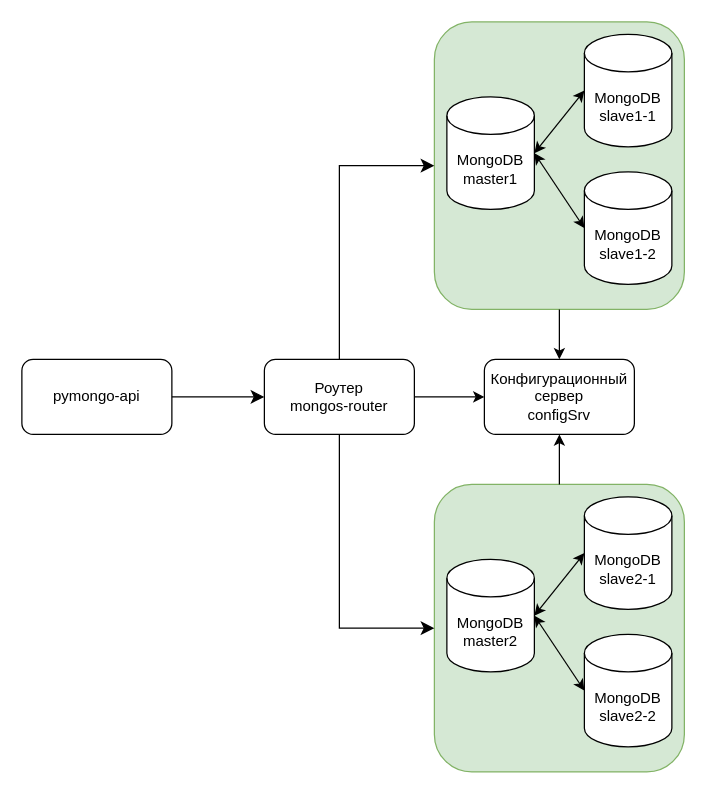
The draw.io diagram page "2.replica" (3 of 4) of solution.drawio in dftyni/architecture-mesto, before the edit. Source tidied: cells renumbered, new cells numbered last; positions are measured from the earlier drawing's top-left corner, leaving out a move shared by most shapes. Both pictures are drawn from the tidied source at 125%, with x=0, y=0 at pixel (21, 21).
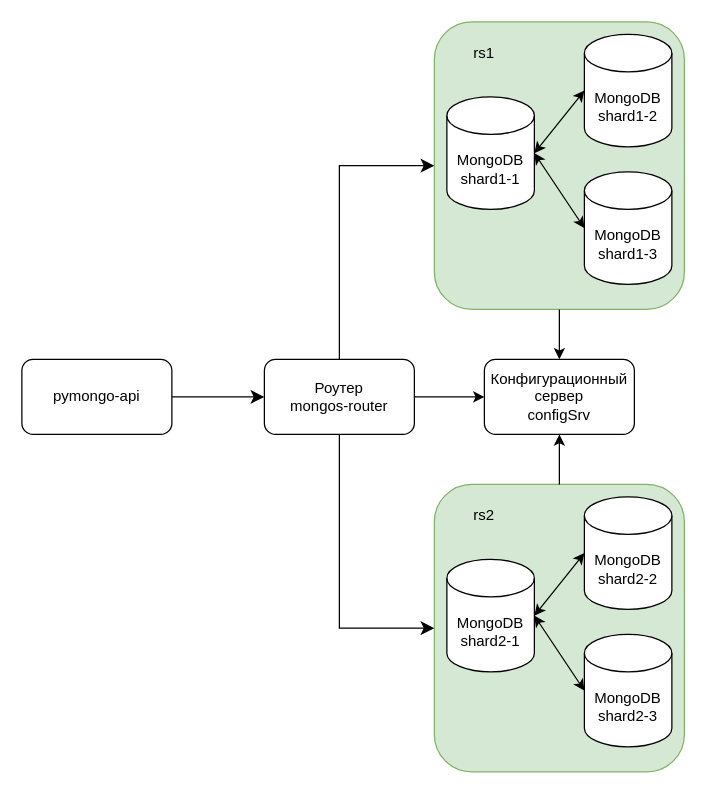
After the change.

What changed in the source:
```diff
@@
-    <mxCell id="2" style="rounded=1;whiteSpace=wrap;html=1;fillColor=#d5e8d4;strokeColor=#82b366;" parent="1" vertex="1">
+    <mxCell id="2" style="rounded=1;whiteSpace=wrap;html=1;fillColor=#d5e8d4;strokeColor=#82b366;align=center;" parent="1" vertex="1">
       <mxGeometry x="330" width="200" height="230" as="geometry" />
     </mxCell>
@@
-    <mxCell id="6" value="MongoDB&lt;br&gt;master1" style="shape=cylinder3;whiteSpace=wrap;html=1;boundedLbl=1;backgroundOutline=1;size=15;" parent="1" vertex="1">
+    <mxCell id="6" value="MongoDB&lt;br&gt;shard1-1" style="shape=cylinder3;whiteSpace=wrap;html=1;boundedLbl=1;backgroundOutline=1;size=15;" parent="1" vertex="1">
       <mxGeometry x="340" y="60" width="70" height="90" as="geometry" />
     </mxCell>
@@
-    <mxCell id="8" value="MongoDB&lt;br&gt;slave1-1" style="shape=cylinder3;whiteSpace=wrap;html=1;boundedLbl=1;backgroundOutline=1;size=15;" parent="1" vertex="1">
+    <mxCell id="8" value="MongoDB&lt;br&gt;shard1-2" style="shape=cylinder3;whiteSpace=wrap;html=1;boundedLbl=1;backgroundOutline=1;size=15;" parent="1" vertex="1">
       <mxGeometry x="450" y="10" width="70" height="90" as="geometry" />
     </mxCell>
-    <mxCell id="9" value="MongoDB&lt;br&gt;slave1-2" style="shape=cylinder3;whiteSpace=wrap;html=1;boundedLbl=1;backgroundOutline=1;size=15;" parent="1" vertex="1">
+    <mxCell id="9" value="MongoDB&lt;br&gt;shard1-3" style="shape=cylinder3;whiteSpace=wrap;html=1;boundedLbl=1;backgroundOutline=1;size=15;" parent="1" vertex="1">
       <mxGeometry x="450" y="120" width="70" height="90" as="geometry" />
     </mxCell>
@@
-    <mxCell id="13" value="MongoDB&lt;br&gt;master2" style="shape=cylinder3;whiteSpace=wrap;html=1;boundedLbl=1;backgroundOutline=1;size=15;" parent="1" vertex="1">
+    <mxCell id="13" value="MongoDB&lt;br&gt;shard&lt;span style=&quot;background-color: transparent; color: light-dark(rgb(0, 0, 0), rgb(255, 255, 255));&quot;&gt;2-1&lt;/span&gt;" style="shape=cylinder3;whiteSpace=wrap;html=1;boundedLbl=1;backgroundOutline=1;size=15;" parent="1" vertex="1">
       <mxGeometry x="340" y="430" width="70" height="90" as="geometry" />
     </mxCell>
-    <mxCell id="14" value="MongoDB&lt;br&gt;slave2-1" style="shape=cylinder3;whiteSpace=wrap;html=1;boundedLbl=1;backgroundOutline=1;size=15;" parent="1" vertex="1">
+    <mxCell id="14" value="MongoDB&lt;br&gt;shard2-2" style="shape=cylinder3;whiteSpace=wrap;html=1;boundedLbl=1;backgroundOutline=1;size=15;" parent="1" vertex="1">
       <mxGeometry x="450" y="380" width="70" height="90" as="geometry" />
     </mxCell>
-    <mxCell id="15" value="MongoDB&lt;br&gt;slave2-2" style="shape=cylinder3;whiteSpace=wrap;html=1;boundedLbl=1;backgroundOutline=1;size=15;" parent="1" vertex="1">
+    <mxCell id="15" value="MongoDB&lt;br&gt;shard2-3" style="shape=cylinder3;whiteSpace=wrap;html=1;boundedLbl=1;backgroundOutline=1;size=15;" parent="1" vertex="1">
       <mxGeometry x="450" y="490" width="70" height="90" as="geometry" />
     </mxCell>
@@
+    <mxCell id="23" value="rs1" style="text;html=1;align=center;verticalAlign=middle;whiteSpace=wrap;rounded=0;" parent="1" vertex="1">
+      <mxGeometry x="340" y="10" width="60" height="30" as="geometry" />
+    </mxCell>
+    <mxCell id="24" value="rs2" style="text;html=1;align=center;verticalAlign=middle;whiteSpace=wrap;rounded=0;" parent="1" vertex="1">
+      <mxGeometry x="340" y="380" width="60" height="30" as="geometry" />
+    </mxCell>
```
